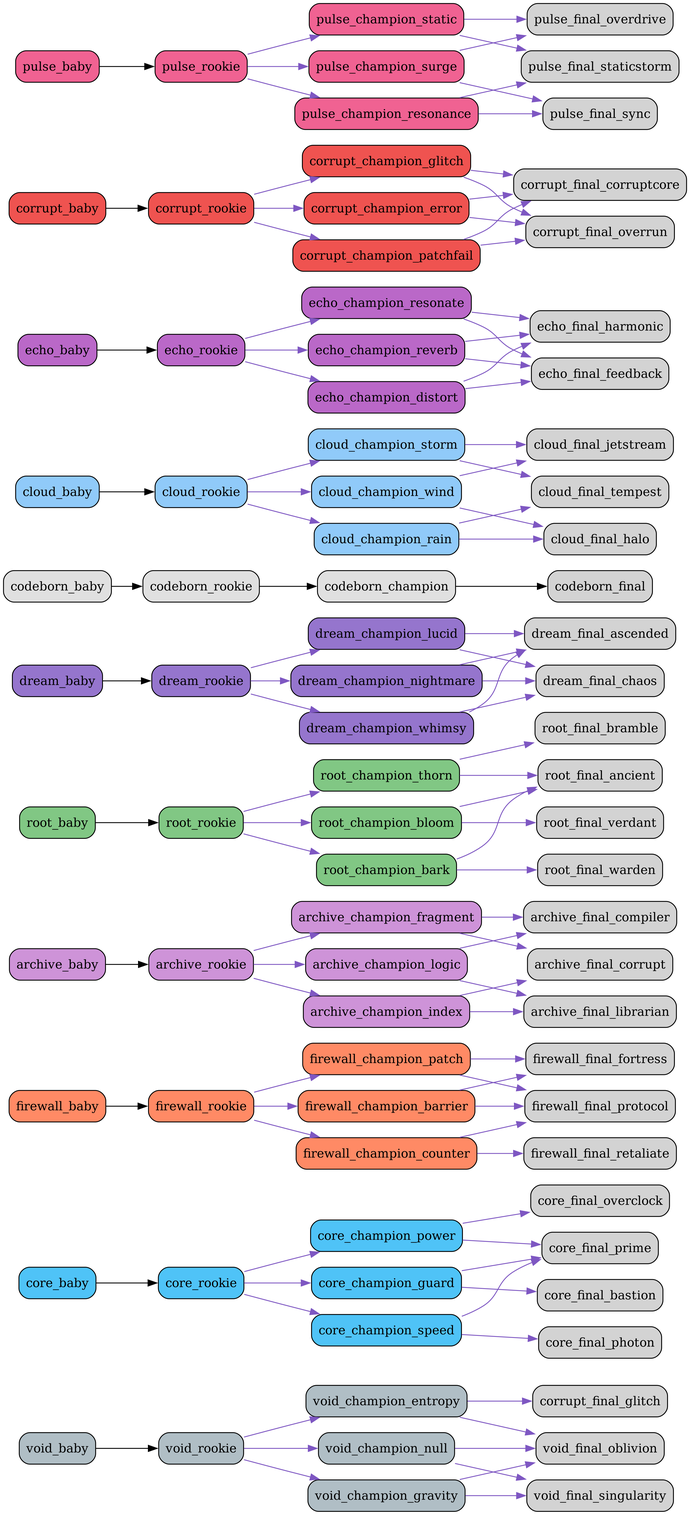
Above: src/netgrid/systems/evolution/graphs/full/evolution_graph.png in bwlight/NetGrid (Graphviz), before the change. Its source is kept beside it as src/netgrid/systems/evolution/graphs/full/evolution_graph.dot.
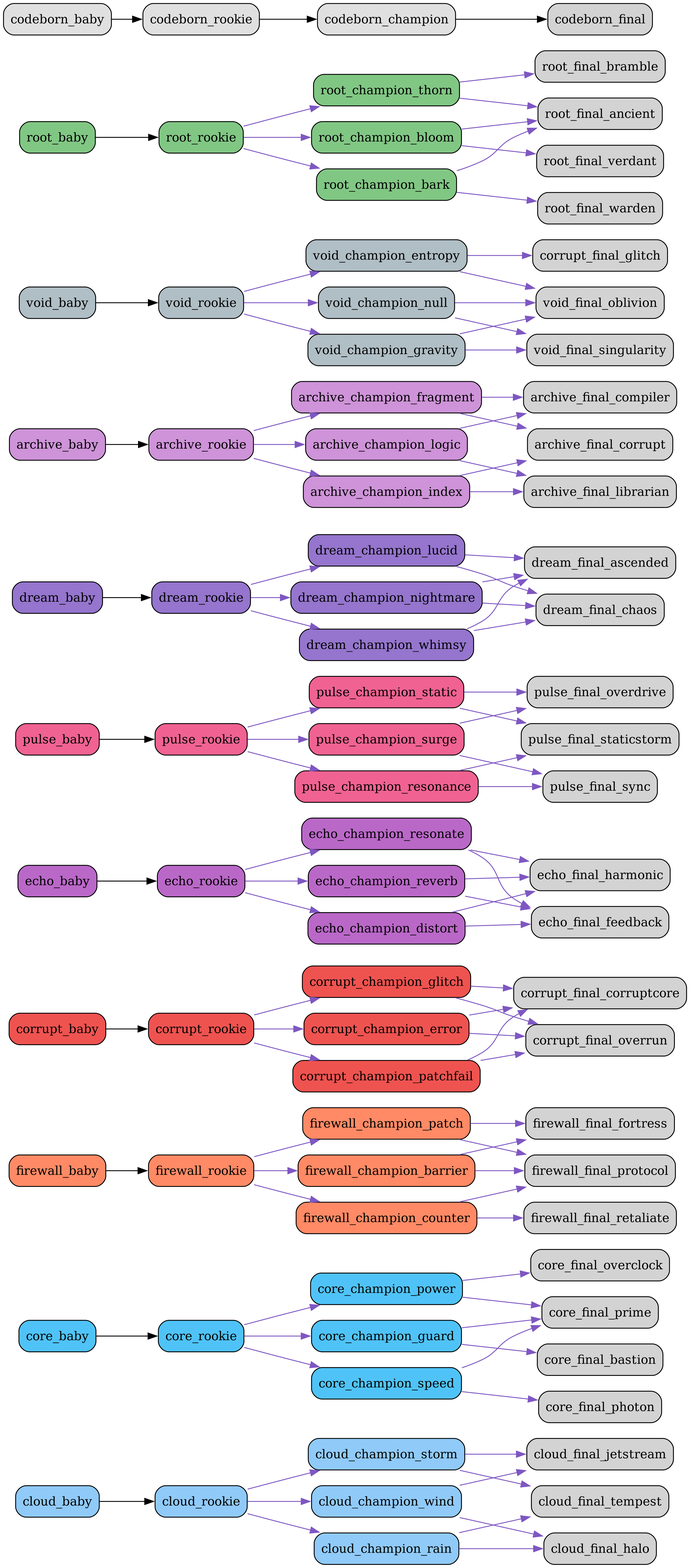
After the commit.

Commit message:
Auto-update evolution graphs

Diff of the diagram source:
```diff
@@ -1,21 +1,21 @@
 digraph EvolutionTree {
   rankdir=LR;
   node [shape=box, style="rounded,filled"];
-  "void_baby" [fillcolor="#b0bec5"];
-  "void_baby" -> "void_rookie";
-  "void_rookie" [fillcolor="#b0bec5"];
-  "void_rookie" -> "void_champion_entropy" [color="#7e57c2"];
-  "void_rookie" -> "void_champion_gravity" [color="#7e57c2"];
-  "void_rookie" -> "void_champion_null" [color="#7e57c2"];
-  "void_champion_entropy" [fillcolor="#b0bec5"];
-  "void_champion_entropy" -> "corrupt_final_glitch" [color="#7e57c2"];
-  "void_champion_entropy" -> "void_final_oblivion" [color="#7e57c2"];
-  "void_champion_gravity" [fillcolor="#b0bec5"];
-  "void_champion_gravity" -> "void_final_singularity" [color="#7e57c2"];
-  "void_champion_gravity" -> "void_final_oblivion" [color="#7e57c2"];
-  "void_champion_null" [fillcolor="#b0bec5"];
-  "void_champion_null" -> "void_final_oblivion" [color="#7e57c2"];
-  "void_champion_null" -> "void_final_singularity" [color="#7e57c2"];
+  "cloud_baby" [fillcolor="#90caf9"];
+  "cloud_baby" -> "cloud_rookie";
+  "cloud_rookie" [fillcolor="#90caf9"];
+  "cloud_rookie" -> "cloud_champion_wind" [color="#7e57c2"];
+  "cloud_rookie" -> "cloud_champion_rain" [color="#7e57c2"];
+  "cloud_rookie" -> "cloud_champion_storm" [color="#7e57c2"];
+  "cloud_champion_wind" [fillcolor="#90caf9"];
+  "cloud_champion_wind" -> "cloud_final_jetstream" [color="#7e57c2"];
+  "cloud_champion_wind" -> "cloud_final_halo" [color="#7e57c2"];
+  "cloud_champion_rain" [fillcolor="#90caf9"];
+  "cloud_champion_rain" -> "cloud_final_halo" [color="#7e57c2"];
+  "cloud_champion_rain" -> "cloud_final_tempest" [color="#7e57c2"];
+  "cloud_champion_storm" [fillcolor="#90caf9"];
+  "cloud_champion_storm" -> "cloud_final_tempest" [color="#7e57c2"];
+  "cloud_champion_storm" -> "cloud_final_jetstream" [color="#7e57c2"];
   "core_baby" [fillcolor="#4fc3f7"];
   "core_baby" -> "core_rookie";
   "core_rookie" [fillcolor="#4fc3f7"];
@@ -46,6 +46,66 @@
   "firewall_champion_patch" [fillcolor="#ff8a65"];
   "firewall_champion_patch" -> "firewall_final_protocol" [color="#7e57c2"];
   "firewall_champion_patch" -> "firewall_final_fortress" [color="#7e57c2"];
+  "corrupt_baby" [fillcolor="#ef5350"];
+  "corrupt_baby" -> "corrupt_rookie";
+  "corrupt_rookie" [fillcolor="#ef5350"];
+  "corrupt_rookie" -> "corrupt_champion_glitch" [color="#7e57c2"];
+  "corrupt_rookie" -> "corrupt_champion_error" [color="#7e57c2"];
+  "corrupt_rookie" -> "corrupt_champion_patchfail" [color="#7e57c2"];
+  "corrupt_champion_glitch" [fillcolor="#ef5350"];
+  "corrupt_champion_glitch" -> "corrupt_final_corruptcore" [color="#7e57c2"];
+  "corrupt_champion_glitch" -> "corrupt_final_overrun" [color="#7e57c2"];
+  "corrupt_champion_error" [fillcolor="#ef5350"];
+  "corrupt_champion_error" -> "corrupt_final_overrun" [color="#7e57c2"];
+  "corrupt_champion_error" -> "corrupt_final_corruptcore" [color="#7e57c2"];
+  "corrupt_champion_patchfail" [fillcolor="#ef5350"];
+  "corrupt_champion_patchfail" -> "corrupt_final_corruptcore" [color="#7e57c2"];
+  "corrupt_champion_patchfail" -> "corrupt_final_overrun" [color="#7e57c2"];
+  "echo_baby" [fillcolor="#ba68c8"];
+  "echo_baby" -> "echo_rookie";
+  "echo_rookie" [fillcolor="#ba68c8"];
+  "echo_rookie" -> "echo_champion_resonate" [color="#7e57c2"];
+  "echo_rookie" -> "echo_champion_reverb" [color="#7e57c2"];
+  "echo_rookie" -> "echo_champion_distort" [color="#7e57c2"];
+  "echo_champion_resonate" [fillcolor="#ba68c8"];
+  "echo_champion_resonate" -> "echo_final_harmonic" [color="#7e57c2"];
+  "echo_champion_resonate" -> "echo_final_feedback" [color="#7e57c2"];
+  "echo_champion_reverb" [fillcolor="#ba68c8"];
+  "echo_champion_reverb" -> "echo_final_feedback" [color="#7e57c2"];
+  "echo_champion_reverb" -> "echo_final_harmonic" [color="#7e57c2"];
+  "echo_champion_distort" [fillcolor="#ba68c8"];
+  "echo_champion_distort" -> "echo_final_feedback" [color="#7e57c2"];
+  "echo_champion_distort" -> "echo_final_harmonic" [color="#7e57c2"];
+  "pulse_baby" [fillcolor="#f06292"];
+  "pulse_baby" -> "pulse_rookie";
+  "pulse_rookie" [fillcolor="#f06292"];
+  "pulse_rookie" -> "pulse_champion_surge" [color="#7e57c2"];
+  "pulse_rookie" -> "pulse_champion_resonance" [color="#7e57c2"];
+  "pulse_rookie" -> "pulse_champion_static" [color="#7e57c2"];
+  "pulse_champion_surge" [fillcolor="#f06292"];
+  "pulse_champion_surge" -> "pulse_final_overdrive" [color="#7e57c2"];
+  "pulse_champion_surge" -> "pulse_final_sync" [color="#7e57c2"];
+  "pulse_champion_resonance" [fillcolor="#f06292"];
+  "pulse_champion_resonance" -> "pulse_final_sync" [color="#7e57c2"];
+  "pulse_champion_resonance" -> "pulse_final_staticstorm" [color="#7e57c2"];
+  "pulse_champion_static" [fillcolor="#f06292"];
+  "pulse_champion_static" -> "pulse_final_staticstorm" [color="#7e57c2"];
+  "pulse_champion_static" -> "pulse_final_overdrive" [color="#7e57c2"];
+  "dream_baby" [fillcolor="#9575cd"];
+  "dream_baby" -> "dream_rookie";
+  "dream_rookie" [fillcolor="#9575cd"];
+  "dream_rookie" -> "dream_champion_lucid" [color="#7e57c2"];
+  "dream_rookie" -> "dream_champion_nightmare" [color="#7e57c2"];
+  "dream_rookie" -> "dream_champion_whimsy" [color="#7e57c2"];
+  "dream_champion_lucid" [fillcolor="#9575cd"];
+  "dream_champion_lucid" -> "dream_final_ascended" [color="#7e57c2"];
+  "dream_champion_lucid" -> "dream_final_chaos" [color="#7e57c2"];
+  "dream_champion_nightmare" [fillcolor="#9575cd"];
+  "dream_champion_nightmare" -> "dream_final_chaos" [color="#7e57c2"];
+  "dream_champion_nightmare" -> "dream_final_ascended" [color="#7e57c2"];
+  "dream_champion_whimsy" [fillcolor="#9575cd"];
+  "dream_champion_whimsy" -> "dream_final_ascended" [color="#7e57c2"];
+  "dream_champion_whimsy" -> "dream_final_chaos" [color="#7e57c2"];
   "archive_baby" [fillcolor="#ce93d8"];
   "archive_baby" -> "archive_rookie";
   "archive_rookie" [fillcolor="#ce93d8"];
@@ -61,6 +121,21 @@
   "archive_champion_fragment" [fillcolor="#ce93d8"];
   "archive_champion_fragment" -> "archive_final_corrupt" [color="#7e57c2"];
   "archive_champion_fragment" -> "archive_final_compiler" [color="#7e57c2"];
+  "void_baby" [fillcolor="#b0bec5"];
+  "void_baby" -> "void_rookie";
+  "void_rookie" [fillcolor="#b0bec5"];
+  "void_rookie" -> "void_champion_entropy" [color="#7e57c2"];
+  "void_rookie" -> "void_champion_gravity" [color="#7e57c2"];
+  "void_rookie" -> "void_champion_null" [color="#7e57c2"];
+  "void_champion_entropy" [fillcolor="#b0bec5"];
+  "void_champion_entropy" -> "corrupt_final_glitch" [color="#7e57c2"];
+  "void_champion_entropy" -> "void_final_oblivion" [color="#7e57c2"];
+  "void_champion_gravity" [fillcolor="#b0bec5"];
+  "void_champion_gravity" -> "void_final_singularity" [color="#7e57c2"];
+  "void_champion_gravity" -> "void_final_oblivion" [color="#7e57c2"];
+  "void_champion_null" [fillcolor="#b0bec5"];
+  "void_champion_null" -> "void_final_oblivion" [color="#7e57c2"];
+  "void_champion_null" -> "void_final_singularity" [color="#7e57c2"];
   "root_baby" [fillcolor="#81c784"];
   "root_baby" -> "root_rookie";
   "root_rookie" [fillcolor="#81c784"];
@@ -76,85 +151,10 @@
   "root_champion_bark" [fillcolor="#81c784"];
   "root_champion_bark" -> "root_final_warden" [color="#7e57c2"];
   "root_champion_bark" -> "root_final_ancient" [color="#7e57c2"];
-  "dream_baby" [fillcolor="#9575cd"];
-  "dream_baby" -> "dream_rookie";
-  "dream_rookie" [fillcolor="#9575cd"];
-  "dream_rookie" -> "dream_champion_lucid" [color="#7e57c2"];
-  "dream_rookie" -> "dream_champion_nightmare" [color="#7e57c2"];
-  "dream_rookie" -> "dream_champion_whimsy" [color="#7e57c2"];
-  "dream_champion_lucid" [fillcolor="#9575cd"];
-  "dream_champion_lucid" -> "dream_final_ascended" [color="#7e57c2"];
-  "dream_champion_lucid" -> "dream_final_chaos" [color="#7e57c2"];
-  "dream_champion_nightmare" [fillcolor="#9575cd"];
-  "dream_champion_nightmare" -> "dream_final_chaos" [color="#7e57c2"];
-  "dream_champion_nightmare" -> "dream_final_ascended" [color="#7e57c2"];
-  "dream_champion_whimsy" [fillcolor="#9575cd"];
-  "dream_champion_whimsy" -> "dream_final_ascended" [color="#7e57c2"];
-  "dream_champion_whimsy" -> "dream_final_chaos" [color="#7e57c2"];
   "codeborn_baby" [fillcolor="#e0e0e0"];
   "codeborn_baby" -> "codeborn_rookie";
   "codeborn_rookie" [fillcolor="#e0e0e0"];
   "codeborn_rookie" -> "codeborn_champion";
   "codeborn_champion" [fillcolor="#e0e0e0"];
   "codeborn_champion" -> "codeborn_final";
-  "cloud_baby" [fillcolor="#90caf9"];
-  "cloud_baby" -> "cloud_rookie";
-  "cloud_rookie" [fillcolor="#90caf9"];
-  "cloud_rookie" -> "cloud_champion_wind" [color="#7e57c2"];
-  "cloud_rookie" -> "cloud_champion_rain" [color="#7e57c2"];
-  "cloud_rookie" -> "cloud_champion_storm" [color="#7e57c2"];
-  "cloud_champion_wind" [fillcolor="#90caf9"];
-  "cloud_champion_wind" -> "cloud_final_jetstream" [color="#7e57c2"];
-  "cloud_champion_wind" -> "cloud_final_halo" [color="#7e57c2"];
-  "cloud_champion_rain" [fillcolor="#90caf9"];
-  "cloud_champion_rain" -> "cloud_final_halo" [color="#7e57c2"];
-  "cloud_champion_rain" -> "cloud_final_tempest" [color="#7e57c2"];
-  "cloud_champion_storm" [fillcolor="#90caf9"];
-  "cloud_champion_storm" -> "cloud_final_tempest" [color="#7e57c2"];
-  "cloud_champion_storm" -> "cloud_final_jetstream" [color="#7e57c2"];
-  "echo_baby" [fillcolor="#ba68c8"];
-  "echo_baby" -> "echo_rookie";
-  "echo_rookie" [fillcolor="#ba68c8"];
-  "echo_rookie" -> "echo_champion_resonate" [color="#7e57c2"];
-  "echo_rookie" -> "echo_champion_reverb" [color="#7e57c2"];
-  "echo_rookie" -> "echo_champion_distort" [color="#7e57c2"];
-  "echo_champion_resonate" [fillcolor="#ba68c8"];
-  "echo_champion_resonate" -> "echo_final_harmonic" [color="#7e57c2"];
-  "echo_champion_resonate" -> "echo_final_feedback" [color="#7e57c2"];
-  "echo_champion_reverb" [fillcolor="#ba68c8"];
-  "echo_champion_reverb" -> "echo_final_feedback" [color="#7e57c2"];
-  "echo_champion_reverb" -> "echo_final_harmonic" [color="#7e57c2"];
-  "echo_champion_distort" [fillcolor="#ba68c8"];
-  "echo_champion_distort" -> "echo_final_feedback" [color="#7e57c2"];
-  "echo_champion_distort" -> "echo_final_harmonic" [color="#7e57c2"];
-  "corrupt_baby" [fillcolor="#ef5350"];
-  "corrupt_baby" -> "corrupt_rookie";
-  "corrupt_rookie" [fillcolor="#ef5350"];
-  "corrupt_rookie" -> "corrupt_champion_glitch" [color="#7e57c2"];
-  "corrupt_rookie" -> "corrupt_champion_error" [color="#7e57c2"];
-  "corrupt_rookie" -> "corrupt_champion_patchfail" [color="#7e57c2"];
-  "corrupt_champion_glitch" [fillcolor="#ef5350"];
-  "corrupt_champion_glitch" -> "corrupt_final_corruptcore" [color="#7e57c2"];
-  "corrupt_champion_glitch" -> "corrupt_final_overrun" [color="#7e57c2"];
-  "corrupt_champion_error" [fillcolor="#ef5350"];
-  "corrupt_champion_error" -> "corrupt_final_overrun" [color="#7e57c2"];
-  "corrupt_champion_error" -> "corrupt_final_corruptcore" [color="#7e57c2"];
-  "corrupt_champion_patchfail" [fillcolor="#ef5350"];
-  "corrupt_champion_patchfail" -> "corrupt_final_corruptcore" [color="#7e57c2"];
-  "corrupt_champion_patchfail" -> "corrupt_final_overrun" [color="#7e57c2"];
-  "pulse_baby" [fillcolor="#f06292"];
-  "pulse_baby" -> "pulse_rookie";
-  "pulse_rookie" [fillcolor="#f06292"];
-  "pulse_rookie" -> "pulse_champion_surge" [color="#7e57c2"];
-  "pulse_rookie" -> "pulse_champion_resonance" [color="#7e57c2"];
-  "pulse_rookie" -> "pulse_champion_static" [color="#7e57c2"];
-  "pulse_champion_surge" [fillcolor="#f06292"];
-  "pulse_champion_surge" -> "pulse_final_overdrive" [color="#7e57c2"];
-  "pulse_champion_surge" -> "pulse_final_sync" [color="#7e57c2"];
-  "pulse_champion_resonance" [fillcolor="#f06292"];
-  "pulse_champion_resonance" -> "pulse_final_sync" [color="#7e57c2"];
-  "pulse_champion_resonance" -> "pulse_final_staticstorm" [color="#7e57c2"];
-  "pulse_champion_static" [fillcolor="#f06292"];
-  "pulse_champion_static" -> "pulse_final_staticstorm" [color="#7e57c2"];
-  "pulse_champion_static" -> "pulse_final_overdrive" [color="#7e57c2"];
 }
```
